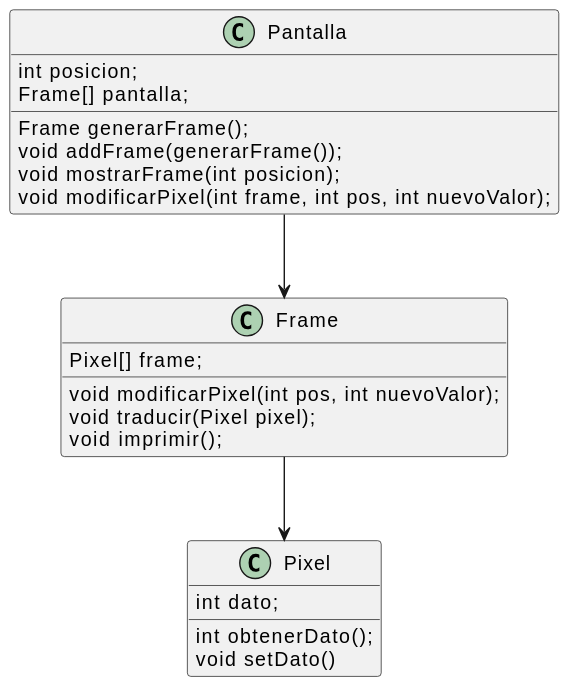
Above: entregas/celayaIker/Ejercicio1/diagrama.svg in mmasias/24-25-EDA2 (PlantUML), before the change.
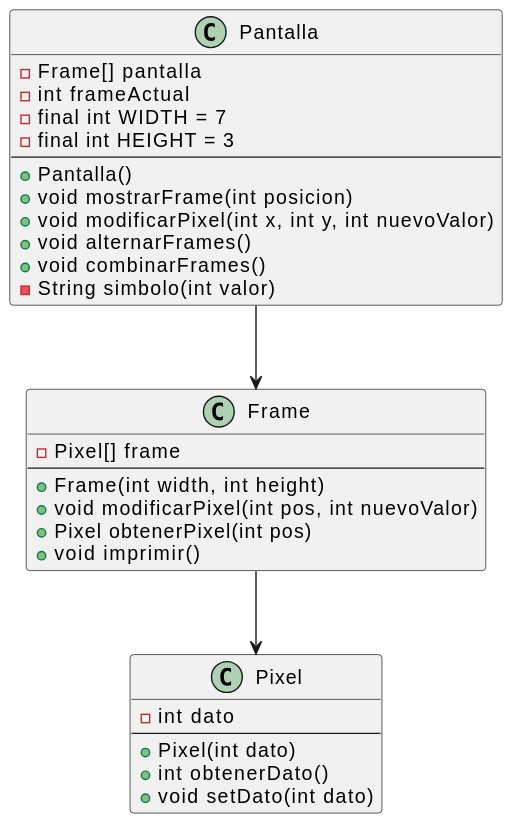
The same file after the commit.

The edit, as a diff of the source:
```diff
@@ -1,26 +1,35 @@
 @startuml
-class Pixel{
-  int dato;
-  int obtenerDato();
-  void setDato()
+class Pantalla {
+    - Frame[] pantalla
+    - int frameActual
+    - final int WIDTH = 7
+    - final int HEIGHT = 3
+    --
+    + Pantalla()
+    + void mostrarFrame(int posicion)
+    + void modificarPixel(int x, int y, int nuevoValor)
+    + void alternarFrames()
+    + void combinarFrames()
+    - String simbolo(int valor)
 }
 
-class Frame{
-  Pixel[] frame;
-  void modificarPixel(int pos, int nuevoValor);
-  void traducir(Pixel pixel);
-  void imprimir();
+class Frame {
+    - Pixel[] frame
+    --
+    + Frame(int width, int height)
+    + void modificarPixel(int pos, int nuevoValor)
+    + Pixel obtenerPixel(int pos)
+    + void imprimir()
 }
 
-class Pantalla{
-  int posicion;
-  Frame[] pantalla;
-  Frame generarFrame();
-  void addFrame(generarFrame());
-  void mostrarFrame(int posicion);
-  void modificarPixel(int frame, int pos, int nuevoValor);
+class Pixel {
+    - int dato
+    --
+    + Pixel(int dato)
+    + int obtenerDato()
+    + void setDato(int dato)
 }
 
+Pantalla --> Frame
 Frame --> Pixel
-Pantalla --> Frame
 @enduml
```
